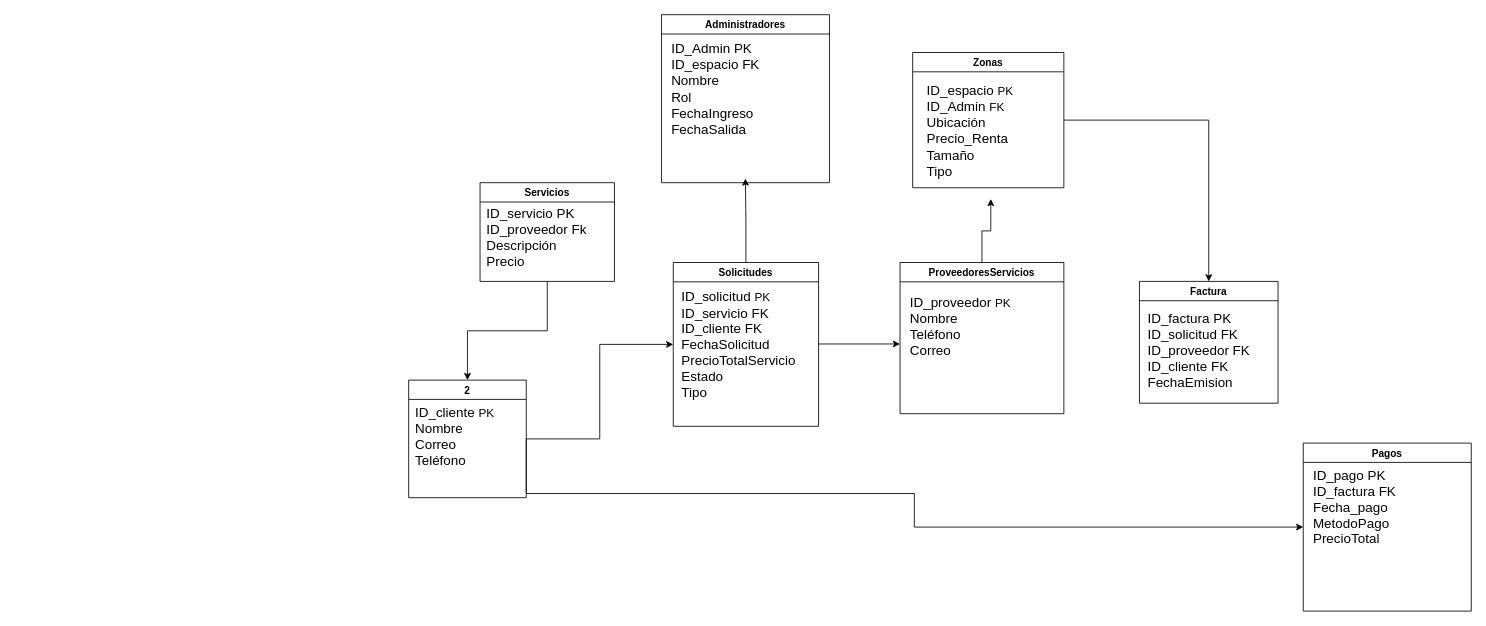
Before: Diagrama sin título.drawio in CristianCenxd/Fixya-app, a draw.io diagram. Source tidied: cells renumbered, new cells numbered last; positions are measured from the earlier drawing's top-left corner, leaving out a move shared by most shapes. Both pictures are drawn from the tidied source at 84%, with x=0, y=0 at pixel (408, 14).
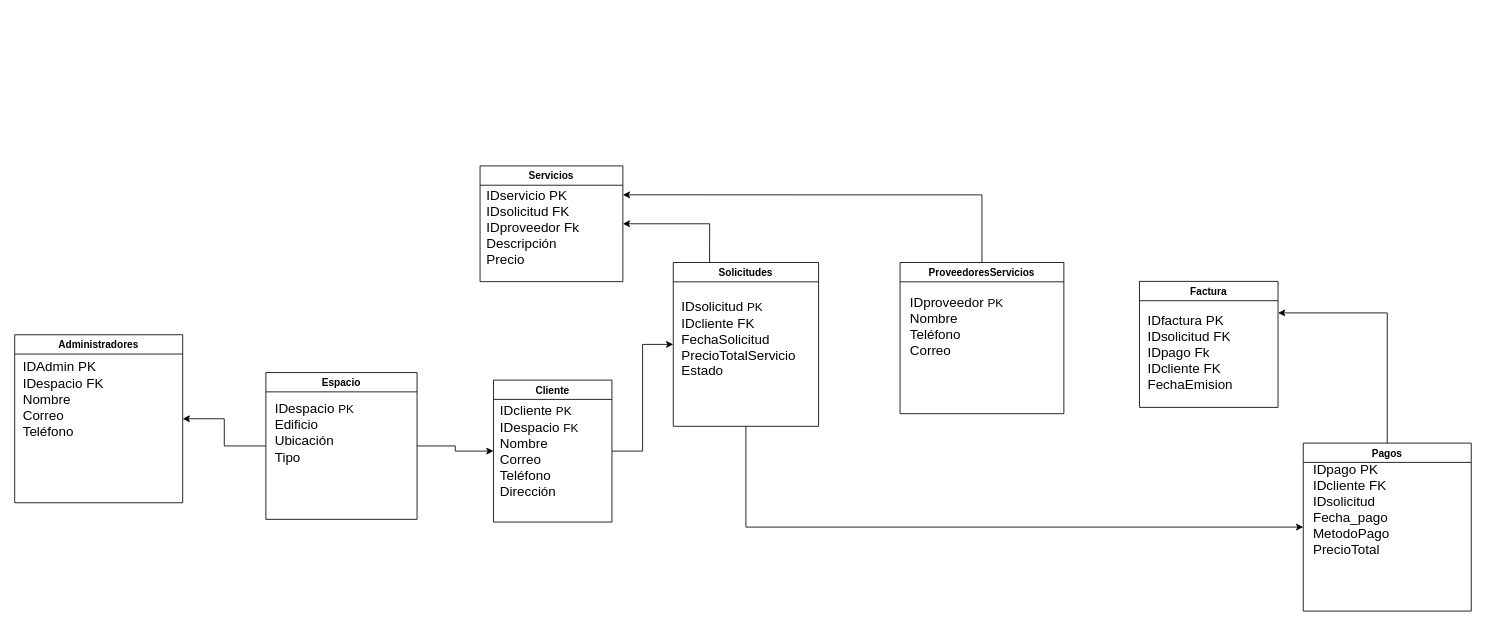
The same page after the edit.

The change refers to these unchanged cells:
```xml
<mxCell id="12" value="ProveedoresServicios" style="swimlane;" parent="1" vertex="1">
  <mxGeometry x="585" y="295" width="195" height="180" as="geometry" />
</mxCell>
<mxCell id="15" value="Solicitudes" style="swimlane;" parent="1" vertex="1">
  <mxGeometry x="315" y="295" width="173" height="195" as="geometry" />
</mxCell>
<mxCell id="22" value="Pagos" style="swimlane;" parent="1" vertex="1">
  <mxGeometry x="1065" y="510" width="200" height="200" as="geometry" />
</mxCell>
```

The edit, as a diff of the source:
```diff
@@
-<mxGraphModel>
+<mxGraphModel background="#ffffff">
@@
-    <mxCell id="3" style="edgeStyle=orthogonalEdgeStyle;rounded=0;jettySize=auto;html=1;exitX=1;exitY=0.5;exitDx=0;exitDy=0;entryX=0;entryY=0.5;entryDx=0;entryDy=0;" parent="1" edge="1" source="4" target="22">
-      <mxGeometry relative="1" as="geometry">
-        <Array as="points">
-          <mxPoint x="140" y="570" />
-          <mxPoint x="602" y="570" />
-          <mxPoint x="602" y="610" />
-        </Array>
-      </mxGeometry>
-    </mxCell>
-    <mxCell id="4" value="2" style="swimlane;" parent="1" vertex="1">
-      <mxGeometry y="435" width="140" height="140" as="geometry" />
+    <mxCell id="4" value="Cliente" style="swimlane;" parent="1" vertex="1">
+      <mxGeometry x="101" y="435" width="141" height="169" as="geometry" />
     </mxCell>
-    <mxCell id="5" value="&lt;font style=&quot;font-size: 16px;&quot;&gt;I&lt;font style=&quot;&quot;&gt;D_cliente &lt;/font&gt;&lt;/font&gt;&lt;font style=&quot;font-size: 14px;&quot;&gt;PK&lt;/font&gt;&lt;div&gt;&lt;font size=&quot;3&quot;&gt;Nombre&lt;/font&gt;&lt;/div&gt;&lt;div&gt;&lt;font size=&quot;3&quot;&gt;Correo&lt;/font&gt;&lt;/div&gt;&lt;div&gt;&lt;font size=&quot;3&quot;&gt;Teléfono&lt;/font&gt;&lt;/div&gt;" style="text;html=1;align=left;verticalAlign=middle;strokeColor=none;fillColor=none;" parent="4" vertex="1">
-      <mxGeometry x="6" y="22" width="120" height="90" as="geometry" />
+    <mxCell id="5" value="&lt;font style=&quot;font-size: 16px;&quot;&gt;I&lt;font style=&quot;&quot;&gt;Dcliente &lt;/font&gt;&lt;/font&gt;&lt;font style=&quot;font-size: 14px;&quot;&gt;PK&lt;/font&gt;&lt;div&gt;&lt;span style=&quot;background-color: initial;&quot;&gt;&lt;font style=&quot;font-size: 16px;&quot;&gt;IDespacio &lt;/font&gt;&lt;span style=&quot;font-size: 14px;&quot;&gt;FK&lt;/span&gt;&lt;/span&gt;&lt;/div&gt;&lt;div&gt;&lt;span style=&quot;background-color: initial;&quot;&gt;&lt;font style=&quot;font-size: 16px;&quot;&gt;Nombre&lt;/font&gt;&lt;/span&gt;&lt;div&gt;&lt;font size=&quot;3&quot;&gt;Correo&lt;/font&gt;&lt;/div&gt;&lt;div&gt;&lt;font size=&quot;3&quot;&gt;Teléfono&lt;/font&gt;&lt;/div&gt;&lt;div&gt;&lt;font size=&quot;3&quot;&gt;Dirección&lt;/font&gt;&lt;/div&gt;&lt;div&gt;&lt;font size=&quot;3&quot;&gt;&lt;br&gt;&lt;/font&gt;&lt;/div&gt;&lt;/div&gt;" style="text;html=1;align=left;verticalAlign=middle;strokeColor=none;fillColor=none;" parent="4" vertex="1">
+      <mxGeometry x="6" y="19" width="120" height="150" as="geometry" />
     </mxCell>
-    <mxCell id="6" style="edgeStyle=orthogonalEdgeStyle;rounded=0;jettySize=auto;html=1;entryX=0.5;entryY=0;entryDx=0;entryDy=0;" parent="1" edge="1" source="7" target="20">
-      <mxGeometry relative="1" as="geometry" />
-    </mxCell>
+    <mxCell id="25" style="edgeStyle=orthogonalEdgeStyle;rounded=0;jettySize=auto;html=1;exitX=0;exitY=0.5;exitDx=0;exitDy=0;entryX=1;entryY=0.5;entryDx=0;entryDy=0;" parent="1" edge="1" source="7" target="18">
+      <mxGeometry relative="1" as="geometry" />
+    </mxCell>
+    <mxCell id="26" style="edgeStyle=orthogonalEdgeStyle;rounded=0;jettySize=auto;html=1;exitX=1;exitY=0.5;exitDx=0;exitDy=0;entryX=0;entryY=0.5;entryDx=0;entryDy=0;" parent="1" edge="1" source="7" target="4">
+      <mxGeometry relative="1" as="geometry" />
+    </mxCell>
-    <mxCell id="7" value="Zonas" style="swimlane;" parent="1" vertex="1">
-      <mxGeometry x="600" y="45" width="180" height="161" as="geometry" />
+    <mxCell id="7" value="Espacio" style="swimlane;" parent="1" vertex="1">
+      <mxGeometry x="-170" y="426" width="180" height="174.8" as="geometry" />
     </mxCell>
-    <mxCell id="8" value="&lt;font style=&quot;font-size: 16px;&quot;&gt;ID_espacio &lt;/font&gt;&lt;font style=&quot;font-size: 14px;&quot;&gt;PK&lt;/font&gt;&lt;div&gt;&lt;font style=&quot;font-size: 16px;&quot;&gt;ID_Admin &lt;/font&gt;&lt;span style=&quot;font-size: 14px;&quot;&gt;FK&lt;br&gt;&lt;/span&gt;&lt;div&gt;&lt;font size=&quot;3&quot;&gt;Ubicación&lt;br&gt;&lt;/font&gt;&lt;/div&gt;&lt;div&gt;&lt;font size=&quot;3&quot;&gt;Precio_Renta&lt;br&gt;&lt;/font&gt;&lt;/div&gt;&lt;div&gt;&lt;font size=&quot;3&quot;&gt;Tamaño&lt;br&gt;&lt;/font&gt;&lt;/div&gt;&lt;div&gt;&lt;font size=&quot;3&quot;&gt;Tipo&amp;nbsp;&lt;br&gt;&lt;/font&gt;&lt;/div&gt;&lt;div&gt;&lt;br&gt;&lt;/div&gt;&lt;/div&gt;" style="text;html=1;align=left;verticalAlign=middle;points=[];strokeColor=none;fillColor=none;" parent="7" vertex="1">
-      <mxGeometry x="15" y="24.8" width="135" height="150" as="geometry" />
+    <mxCell id="8" value="&lt;font style=&quot;font-size: 16px;&quot;&gt;IDespacio &lt;/font&gt;&lt;font style=&quot;font-size: 14px;&quot;&gt;PK&lt;/font&gt;&lt;div&gt;&lt;font style=&quot;font-size: 16px;&quot;&gt;Edificio&lt;br&gt;&lt;/font&gt;&lt;div&gt;&lt;div&gt;&lt;font size=&quot;3&quot;&gt;Ubicación&lt;/font&gt;&lt;/div&gt;&lt;div&gt;&lt;font size=&quot;3&quot;&gt;Tipo&amp;nbsp;&lt;br&gt;&lt;/font&gt;&lt;/div&gt;&lt;div&gt;&lt;br&gt;&lt;/div&gt;&lt;/div&gt;&lt;/div&gt;" style="text;html=1;align=left;verticalAlign=middle;points=[];strokeColor=none;fillColor=none;" parent="7" vertex="1">
+      <mxGeometry x="9" y="26.8" width="120" height="105" as="geometry" />
     </mxCell>
-    <mxCell id="9" style="edgeStyle=orthogonalEdgeStyle;rounded=0;jettySize=auto;html=1;exitX=0.5;exitY=1;exitDx=0;exitDy=0;entryX=0.5;entryY=0;entryDx=0;entryDy=0;" parent="1" edge="1" source="10" target="4">
-      <mxGeometry relative="1" as="geometry" />
-    </mxCell>
     <mxCell id="10" value="Servicios" style="swimlane;" parent="1" vertex="1">
-      <mxGeometry x="85" y="200" width="160" height="117.5" as="geometry" />
+      <mxGeometry x="85" y="180" width="170" height="137.8" as="geometry" />
     </mxCell>
-    <mxCell id="11" value="&lt;font style=&quot;font-size: 16px;&quot;&gt;ID_servicio PK&lt;/font&gt;&lt;div&gt;&lt;font size=&quot;3&quot;&gt;ID_proveedor Fk&lt;/font&gt;&lt;/div&gt;&lt;div&gt;&lt;font size=&quot;3&quot;&gt;Descripción&lt;/font&gt;&lt;/div&gt;&lt;div&gt;&lt;font size=&quot;3&quot;&gt;Precio&lt;/font&gt;&lt;/div&gt;" style="text;html=1;align=left;verticalAlign=middle;strokeColor=none;fillColor=none;" parent="10" vertex="1">
-      <mxGeometry x="6" y="19.8" width="150" height="90" as="geometry" />
+    <mxCell id="11" value="&lt;font style=&quot;font-size: 16px;&quot;&gt;IDservicio PK&lt;/font&gt;&lt;div&gt;&lt;span style=&quot;font-size: 16px;&quot;&gt;IDsolicitud FK&lt;br&gt;&lt;/span&gt;&lt;div&gt;&lt;font size=&quot;3&quot;&gt;IDproveedor Fk&lt;/font&gt;&lt;/div&gt;&lt;div&gt;&lt;font size=&quot;3&quot;&gt;Descripción&lt;/font&gt;&lt;/div&gt;&lt;div&gt;&lt;font size=&quot;3&quot;&gt;Precio&lt;/font&gt;&lt;/div&gt;&lt;/div&gt;" style="text;html=1;align=left;verticalAlign=middle;strokeColor=none;fillColor=none;" parent="10" vertex="1">
+      <mxGeometry x="6" y="20.8" width="135" height="105" as="geometry" />
     </mxCell>
+    <mxCell id="27" style="edgeStyle=orthogonalEdgeStyle;rounded=0;jettySize=auto;html=1;exitX=0.5;exitY=0;exitDx=0;exitDy=0;entryX=1;entryY=0.25;entryDx=0;entryDy=0;" parent="1" edge="1" source="12" target="10">
+      <mxGeometry relative="1" as="geometry" />
+    </mxCell>
@@
-    <mxCell id="13" value="&lt;font style=&quot;font-size: 16px;&quot;&gt;ID_proveedor &lt;/font&gt;&lt;font style=&quot;font-size: 14px;&quot;&gt;PK&lt;/font&gt;&lt;div&gt;&lt;font size=&quot;3&quot;&gt;Nombre&lt;/font&gt;&lt;/div&gt;&lt;div&gt;&lt;font size=&quot;3&quot;&gt;Teléfono&lt;/font&gt;&lt;/div&gt;&lt;div&gt;&lt;font size=&quot;3&quot;&gt;Correo&lt;/font&gt;&lt;/div&gt;&lt;div&gt;&lt;div&gt;&lt;br&gt;&lt;/div&gt;&lt;/div&gt;" style="text;html=1;align=left;verticalAlign=middle;strokeColor=none;fillColor=none;" parent="12" vertex="1">
-      <mxGeometry x="10" y="30" width="150" height="105" as="geometry" />
+    <mxCell id="13" value="&lt;font style=&quot;font-size: 16px;&quot;&gt;IDproveedor &lt;/font&gt;&lt;font style=&quot;font-size: 14px;&quot;&gt;PK&lt;/font&gt;&lt;div&gt;&lt;font size=&quot;3&quot;&gt;Nombre&lt;/font&gt;&lt;/div&gt;&lt;div&gt;&lt;font size=&quot;3&quot;&gt;Teléfono&lt;/font&gt;&lt;/div&gt;&lt;div&gt;&lt;font size=&quot;3&quot;&gt;Correo&lt;/font&gt;&lt;/div&gt;&lt;div&gt;&lt;div&gt;&lt;br&gt;&lt;/div&gt;&lt;/div&gt;" style="text;html=1;align=left;verticalAlign=middle;strokeColor=none;fillColor=none;" parent="12" vertex="1">
+      <mxGeometry x="10" y="30" width="135" height="105" as="geometry" />
     </mxCell>
-    <mxCell id="14" style="edgeStyle=orthogonalEdgeStyle;rounded=0;jettySize=auto;html=1;exitX=0.5;exitY=0;exitDx=0;exitDy=0;" parent="1" edge="1" source="15">
-      <mxGeometry relative="1" as="geometry">
-        <mxPoint x="400.9" y="195" as="targetPoint" />
-      </mxGeometry>
-    </mxCell>
+    <mxCell id="28" style="edgeStyle=orthogonalEdgeStyle;rounded=0;jettySize=auto;html=1;exitX=0.5;exitY=1;exitDx=0;exitDy=0;entryX=0;entryY=0.5;entryDx=0;entryDy=0;" parent="1" edge="1" source="15" target="22">
+      <mxGeometry relative="1" as="geometry" />
+    </mxCell>
+    <mxCell id="29" style="edgeStyle=orthogonalEdgeStyle;rounded=0;jettySize=auto;html=1;exitX=0.25;exitY=0;exitDx=0;exitDy=0;entryX=1;entryY=0.5;entryDx=0;entryDy=0;" parent="1" edge="1" source="15" target="10">
+      <mxGeometry relative="1" as="geometry" />
+    </mxCell>
@@
-    <mxCell id="16" style="edgeStyle=orthogonalEdgeStyle;rounded=0;jettySize=auto;html=1;" parent="15" edge="1" source="17">
-      <mxGeometry relative="1" as="geometry">
-        <mxPoint x="270" y="97" as="targetPoint" />
-      </mxGeometry>
-    </mxCell>
-    <mxCell id="17" value="&lt;font style=&quot;font-size: 16px;&quot;&gt;ID_solicitud &lt;/font&gt;&lt;font style=&quot;font-size: 14px;&quot;&gt;PK&lt;/font&gt;&lt;div&gt;&lt;font style=&quot;font-size: 16px;&quot;&gt;ID_servicio FK&lt;/font&gt;&lt;/div&gt;&lt;div&gt;&lt;font size=&quot;3&quot;&gt;ID_cliente FK&lt;/font&gt;&lt;/div&gt;&lt;div&gt;&lt;font size=&quot;3&quot;&gt;FechaSolicitud&lt;/font&gt;&lt;/div&gt;&lt;div&gt;&lt;font size=&quot;3&quot;&gt;PrecioTotalServicio&lt;/font&gt;&lt;/div&gt;&lt;div&gt;&lt;font size=&quot;3&quot;&gt;Estado&amp;nbsp;&lt;br&gt;&lt;/font&gt;&lt;/div&gt;&lt;div&gt;&lt;font size=&quot;3&quot;&gt;Tipo&lt;/font&gt;&lt;/div&gt;" style="text;html=1;align=left;verticalAlign=middle;points=[];strokeColor=none;fillColor=none;" parent="15" vertex="1">
-      <mxGeometry x="8" y="22.5" width="165" height="150" as="geometry" />
+    <mxCell id="17" value="&lt;font style=&quot;font-size: 16px;&quot;&gt;IDsolicitud &lt;/font&gt;&lt;font style=&quot;font-size: 14px;&quot;&gt;PK&lt;/font&gt;&lt;div&gt;&lt;font size=&quot;3&quot;&gt;IDcliente FK&lt;/font&gt;&lt;/div&gt;&lt;div&gt;&lt;font size=&quot;3&quot;&gt;FechaSolicitud&lt;/font&gt;&lt;/div&gt;&lt;div&gt;&lt;font size=&quot;3&quot;&gt;PrecioTotalServicio&lt;/font&gt;&lt;/div&gt;&lt;div&gt;&lt;font size=&quot;3&quot;&gt;Estado&amp;nbsp;&lt;br&gt;&lt;/font&gt;&lt;/div&gt;&lt;div&gt;&lt;br&gt;&lt;/div&gt;" style="text;html=1;align=left;verticalAlign=middle;points=[];strokeColor=none;fillColor=none;" parent="15" vertex="1">
+      <mxGeometry x="8" y="37.5" width="165" height="120" as="geometry" />
     </mxCell>
     <mxCell id="18" value="Administradores" style="swimlane;" parent="1" vertex="1">
-      <mxGeometry x="301" width="200" height="200" as="geometry" />
+      <mxGeometry x="-469" y="381" width="200" height="200" as="geometry" />
     </mxCell>
-    <mxCell id="19" value="&lt;font style=&quot;font-size: 16px;&quot;&gt;ID_Admin PK&lt;/font&gt;&lt;div&gt;&lt;font size=&quot;3&quot;&gt;ID_espacio FK&lt;/font&gt;&lt;/div&gt;&lt;div&gt;&lt;font size=&quot;3&quot;&gt;Nombre&lt;br&gt;Rol&lt;/font&gt;&lt;/div&gt;&lt;div&gt;&lt;font size=&quot;3&quot;&gt;FechaIngreso&lt;/font&gt;&lt;/div&gt;&lt;div&gt;&lt;font size=&quot;3&quot;&gt;FechaSalida&lt;/font&gt;&lt;/div&gt;" style="text;html=1;align=left;verticalAlign=middle;strokeColor=none;fillColor=none;" parent="18" vertex="1">
-      <mxGeometry x="10" y="20" width="135" height="135" as="geometry" />
+    <mxCell id="19" value="&lt;font style=&quot;font-size: 16px;&quot;&gt;IDAdmin PK&lt;/font&gt;&lt;div&gt;&lt;font size=&quot;3&quot;&gt;IDespacio FK&lt;/font&gt;&lt;/div&gt;&lt;div&gt;&lt;font size=&quot;3&quot;&gt;Nombre&lt;br&gt;&lt;/font&gt;&lt;/div&gt;&lt;div&gt;&lt;font size=&quot;3&quot;&gt;Correo&lt;/font&gt;&lt;/div&gt;&lt;div&gt;&lt;font size=&quot;3&quot;&gt;Teléfono&lt;/font&gt;&lt;/div&gt;&lt;div&gt;&lt;br&gt;&lt;/div&gt;" style="text;html=1;align=left;verticalAlign=middle;strokeColor=none;fillColor=none;" parent="18" vertex="1">
+      <mxGeometry x="8" y="24" width="120" height="120" as="geometry" />
     </mxCell>
     <mxCell id="20" value="Factura" style="swimlane;startSize=23;" parent="1" vertex="1">
-      <mxGeometry x="870" y="317.5" width="165" height="145" as="geometry" />
+      <mxGeometry x="870" y="317.5" width="165" height="150" as="geometry" />
     </mxCell>
-    <mxCell id="21" value="&lt;font style=&quot;font-size: 16px;&quot;&gt;ID_factura PK&lt;/font&gt;&lt;div&gt;&lt;font size=&quot;3&quot;&gt;ID_solicitud FK&lt;/font&gt;&lt;/div&gt;&lt;div&gt;&lt;font size=&quot;3&quot;&gt;ID_proveedor FK&lt;/font&gt;&lt;/div&gt;&lt;div&gt;&lt;font size=&quot;3&quot;&gt;ID_cliente FK&lt;/font&gt;&lt;/div&gt;&lt;div&gt;&lt;font size=&quot;3&quot;&gt;FechaEmision&lt;/font&gt;&lt;/div&gt;" style="text;html=1;align=left;verticalAlign=middle;strokeColor=none;fillColor=none;" parent="20" vertex="1">
-      <mxGeometry x="7.5" y="30" width="150" height="105" as="geometry" />
+    <mxCell id="21" value="&lt;font style=&quot;font-size: 16px;&quot;&gt;IDfactura PK&lt;/font&gt;&lt;div&gt;&lt;font size=&quot;3&quot;&gt;IDsolicitud FK&lt;/font&gt;&lt;/div&gt;&lt;div&gt;&lt;font size=&quot;3&quot;&gt;IDpago Fk&lt;/font&gt;&lt;/div&gt;&lt;div&gt;&lt;font size=&quot;3&quot;&gt;IDcliente FK&lt;/font&gt;&lt;/div&gt;&lt;div&gt;&lt;font size=&quot;3&quot;&gt;FechaEmision&lt;/font&gt;&lt;/div&gt;" style="text;html=1;align=left;verticalAlign=middle;strokeColor=none;fillColor=none;" parent="20" vertex="1">
+      <mxGeometry x="7.5" y="32" width="135" height="105" as="geometry" />
     </mxCell>
+    <mxCell id="30" style="edgeStyle=orthogonalEdgeStyle;rounded=0;jettySize=auto;html=1;exitX=0.5;exitY=0;exitDx=0;exitDy=0;entryX=1;entryY=0.25;entryDx=0;entryDy=0;" parent="1" edge="1" source="22" target="20">
+      <mxGeometry relative="1" as="geometry" />
+    </mxCell>
@@
-    <mxCell id="23" value="&lt;div&gt;&lt;font style=&quot;font-size: 16px;&quot;&gt;ID_pago PK&lt;/font&gt;&lt;/div&gt;&lt;font size=&quot;3&quot;&gt;ID_factura FK&lt;/font&gt;&lt;div&gt;&lt;font size=&quot;3&quot;&gt;Fecha_pago&lt;/font&gt;&lt;/div&gt;&lt;div&gt;&lt;font size=&quot;3&quot;&gt;MetodoPago&lt;/font&gt;&lt;/div&gt;&lt;div&gt;&lt;font size=&quot;3&quot;&gt;PrecioTotal&lt;/font&gt;&lt;/div&gt;" style="text;html=1;align=left;verticalAlign=middle;strokeColor=none;fillColor=none;" parent="22" vertex="1">
-      <mxGeometry x="10" y="23" width="135" height="105" as="geometry" />
+    <mxCell id="23" value="&lt;div&gt;&lt;font style=&quot;font-size: 16px;&quot;&gt;IDpago PK&lt;/font&gt;&lt;/div&gt;&lt;div&gt;&lt;font style=&quot;font-size: 16px;&quot;&gt;IDcliente FK&lt;/font&gt;&lt;/div&gt;&lt;div&gt;&lt;font style=&quot;font-size: 16px;&quot;&gt;IDsolicitud&lt;/font&gt;&lt;/div&gt;&lt;div&gt;&lt;font size=&quot;3&quot;&gt;Fecha_pago&lt;/font&gt;&lt;/div&gt;&lt;div&gt;&lt;font size=&quot;3&quot;&gt;MetodoPago&lt;/font&gt;&lt;/div&gt;&lt;div&gt;&lt;font size=&quot;3&quot;&gt;PrecioTotal&lt;/font&gt;&lt;/div&gt;" style="text;html=1;align=left;verticalAlign=middle;strokeColor=none;fillColor=none;" parent="22" vertex="1">
+      <mxGeometry x="10" y="11" width="120" height="135" as="geometry" />
     </mxCell>
-    <mxCell id="24" style="edgeStyle=orthogonalEdgeStyle;rounded=0;jettySize=auto;html=1;entryX=0.578;entryY=0.997;entryDx=0;entryDy=0;entryPerimeter=0;" parent="1" edge="1" source="12" target="8">
-      <mxGeometry relative="1" as="geometry" />
-    </mxCell>
```
